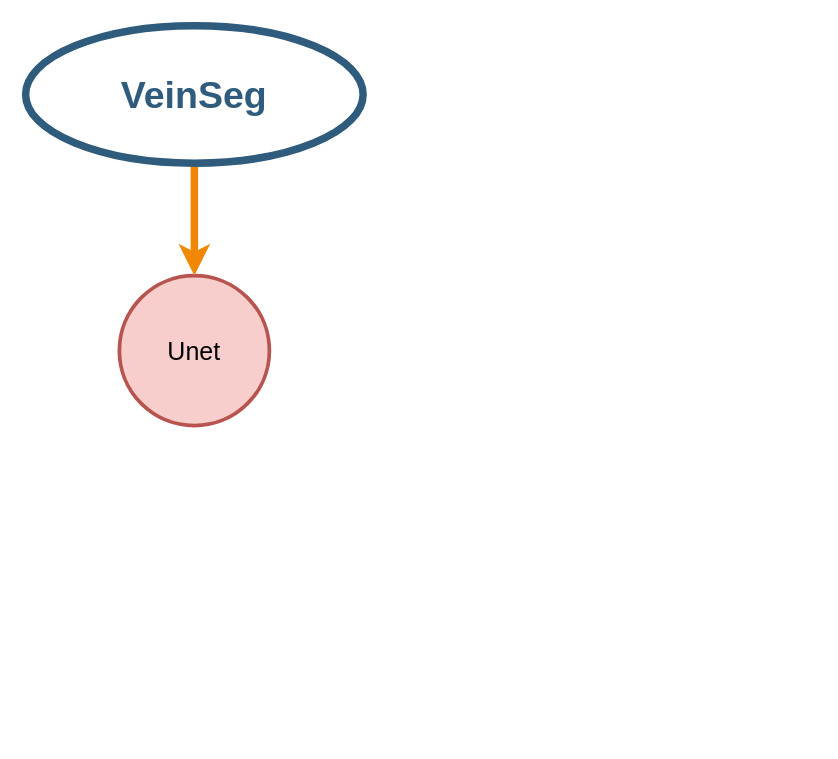
The draw.io diagram Paper.drawio in Pengyang233/PlotInDrawio, before the edit. Source tidied: cells renumbered, new cells numbered last; positions are measured from the earlier drawing's top-left corner, leaving out a move shared by most shapes. Both pictures are drawn from the tidied source at 125%, with x=0, y=0 at pixel (25, 25). Pictures stored in the file or linked from it are replaced by grey dashed boxes.
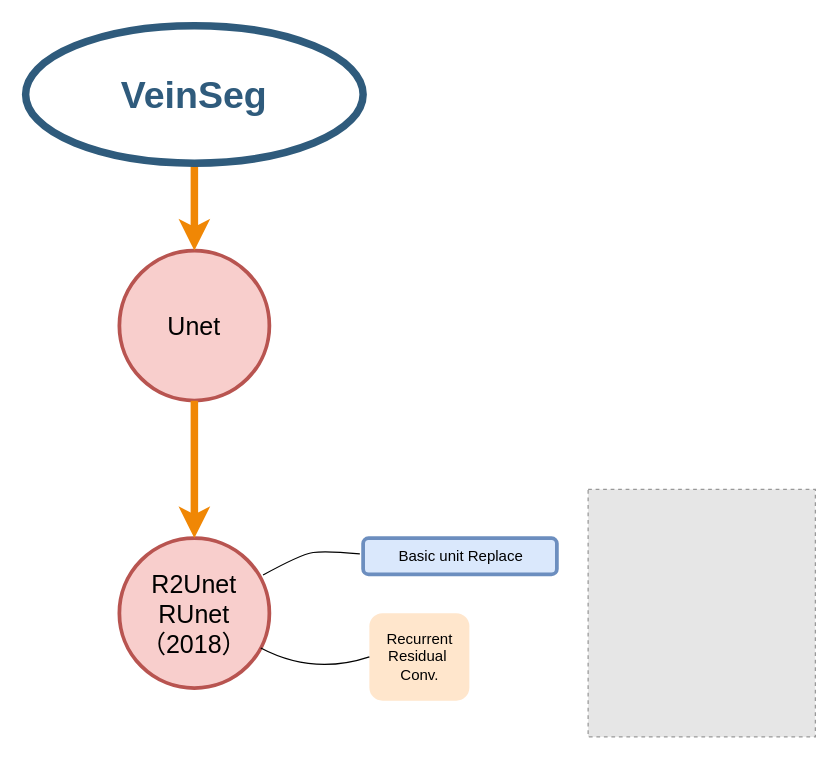
Above is the later version.

Change to the diagram source:
```diff
@@
 <mxGraphModel background="#ffffff">
   <root>
     <mxCell id="0" />
     <mxCell id="1" parent="0" />
     <mxCell id="2" value="Unet" style="ellipse;whiteSpace=wrap;html=1;shadow=0;fontFamily=Helvetica;fontSize=20;align=center;strokeWidth=3;direction=south;fillColor=#f8cecc;strokeColor=#b85450;flipV=1;" parent="1" vertex="1">
-      <mxGeometry x="75" y="200" width="120" height="120" as="geometry" />
+      <mxGeometry x="75" y="180" width="120" height="120" as="geometry" />
     </mxCell>
     <mxCell id="3" style="edgeStyle=none;endArrow=none;strokeWidth=6;strokeColor=#F08705;html=1;rounded=1;startArrow=classic;startFill=1;exitX=0;exitY=0.5;exitDx=0;exitDy=0;entryX=0.5;entryY=1;entryDx=0;entryDy=0;" parent="1" edge="1" source="2" target="4">
       <mxGeometry x="-589" y="256.5" as="geometry" />
     </mxCell>
     <mxCell id="4" value="VeinSeg" style="ellipse;whiteSpace=wrap;html=1;shadow=0;fontFamily=Helvetica;fontSize=30;fontColor=#2F5B7C;align=center;strokeColor=#2F5B7C;strokeWidth=6;fillColor=#FFFFFF;fontStyle=1;gradientColor=none;" parent="1" vertex="1">
       <mxGeometry width="270" height="110" as="geometry" />
     </mxCell>
+    <mxCell id="5" value="R2Unet&lt;br&gt;RUnet&lt;br&gt;（2018）" style="ellipse;whiteSpace=wrap;html=1;shadow=0;fontFamily=Helvetica;fontSize=20;align=center;strokeWidth=3;direction=south;fillColor=#f8cecc;strokeColor=#b85450;flipV=1;" parent="1" vertex="1">
+      <mxGeometry x="75" y="410" width="120" height="120" as="geometry" />
+    </mxCell>
+    <mxCell id="6" style="edgeStyle=none;endArrow=none;strokeWidth=6;strokeColor=#F08705;html=1;rounded=1;startArrow=classic;startFill=1;entryX=1;entryY=0.5;entryDx=0;entryDy=0;exitX=0;exitY=0.5;exitDx=0;exitDy=0;" parent="1" edge="1" source="5" target="2">
+      <mxGeometry x="-584" y="476.5" as="geometry" />
+    </mxCell>
+    <mxCell id="7" value="Recurrent &lt;br&gt;Residual&amp;nbsp;&lt;br&gt;Conv." style="rounded=1;fillColor=#ffe6cc;strokeWidth=3;shadow=0;html=1;strokeColor=none;" parent="1" vertex="1">
+      <mxGeometry x="275" y="470" width="80" height="70" as="geometry" />
+    </mxCell>
+    <mxCell id="8" style="fillColor=#E6E6E6;strokeColor=#999999;dashed=1;verticalLabelPosition=bottom;labelBackgroundColor=#ffffff;verticalAlign=top;" parent="1" vertex="1">
+      <mxGeometry x="450" y="371" width="181.8" height="198" as="geometry" />
+    </mxCell>
+    <mxCell id="9" style="curved=1;endArrow=none;html=1;exitX=0;exitY=0.5;exitDx=0;exitDy=0;endFill=0;" parent="1" edge="1" source="7" target="5">
+      <mxGeometry relative="1" as="geometry">
+        <Array as="points">
+          <mxPoint x="230" y="520" />
+        </Array>
+      </mxGeometry>
+    </mxCell>
+    <mxCell id="10" value="Basic unit Replace" style="rounded=1;fillColor=#dae8fc;strokeWidth=3;shadow=0;html=1;strokeColor=#6c8ebf;" parent="1" vertex="1">
+      <mxGeometry x="270" y="410" width="155" height="29" as="geometry" />
+    </mxCell>
+    <mxCell id="11" style="curved=1;endArrow=none;html=1;exitX=-0.017;exitY=0.434;exitDx=0;exitDy=0;exitPerimeter=0;entryX=0.754;entryY=0.042;entryDx=0;entryDy=0;entryPerimeter=0;endFill=0;" parent="1" edge="1" source="10" target="5">
+      <mxGeometry relative="1" as="geometry">
+        <Array as="points">
+          <mxPoint x="240" y="420" />
+          <mxPoint x="220" y="423" />
+        </Array>
+      </mxGeometry>
+    </mxCell>
   </root>
 </mxGraphModel>
```
